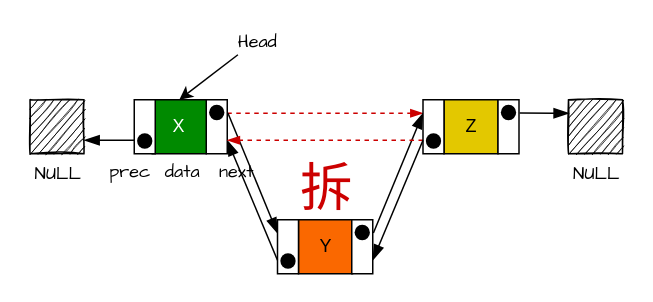
Before: page "图1-7" (7 of 8) of doc/2022-07-30-array-list.drawio in fuzhengwei/java-algorithms, a draw.io diagram. Source tidied: cells renumbered, new cells numbered last; positions are measured from the earlier drawing's top-left corner, leaving out a move shared by most shapes. Both pictures are drawn from the tidied source at 150%, with x=0, y=0 at pixel (26, 26).
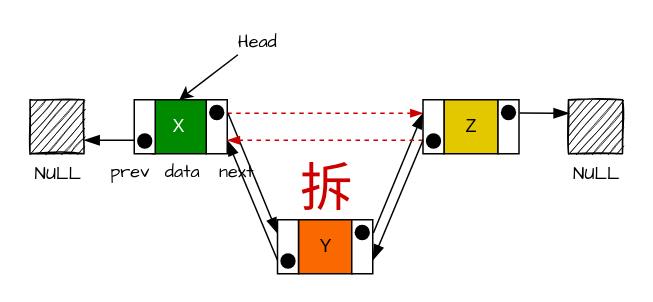
After the change.

The edit, as a diff of the source:
```diff
@@
-    <mxCell id="31" value="prec" style="text;html=1;align=center;verticalAlign=middle;strokeColor=none;fillColor=none;fontFamily=Comic Sans MS;" parent="1" vertex="1">
-      <mxGeometry x="51.5" y="88.5" width="35" height="18" as="geometry" />
+    <mxCell id="31" value="prev" style="text;html=1;align=center;verticalAlign=middle;strokeColor=none;fillColor=none;fontFamily=Comic Sans MS;" parent="1" vertex="1">
+      <mxGeometry x="47.5" y="84.5" width="43" height="26" as="geometry" />
     </mxCell>
```
